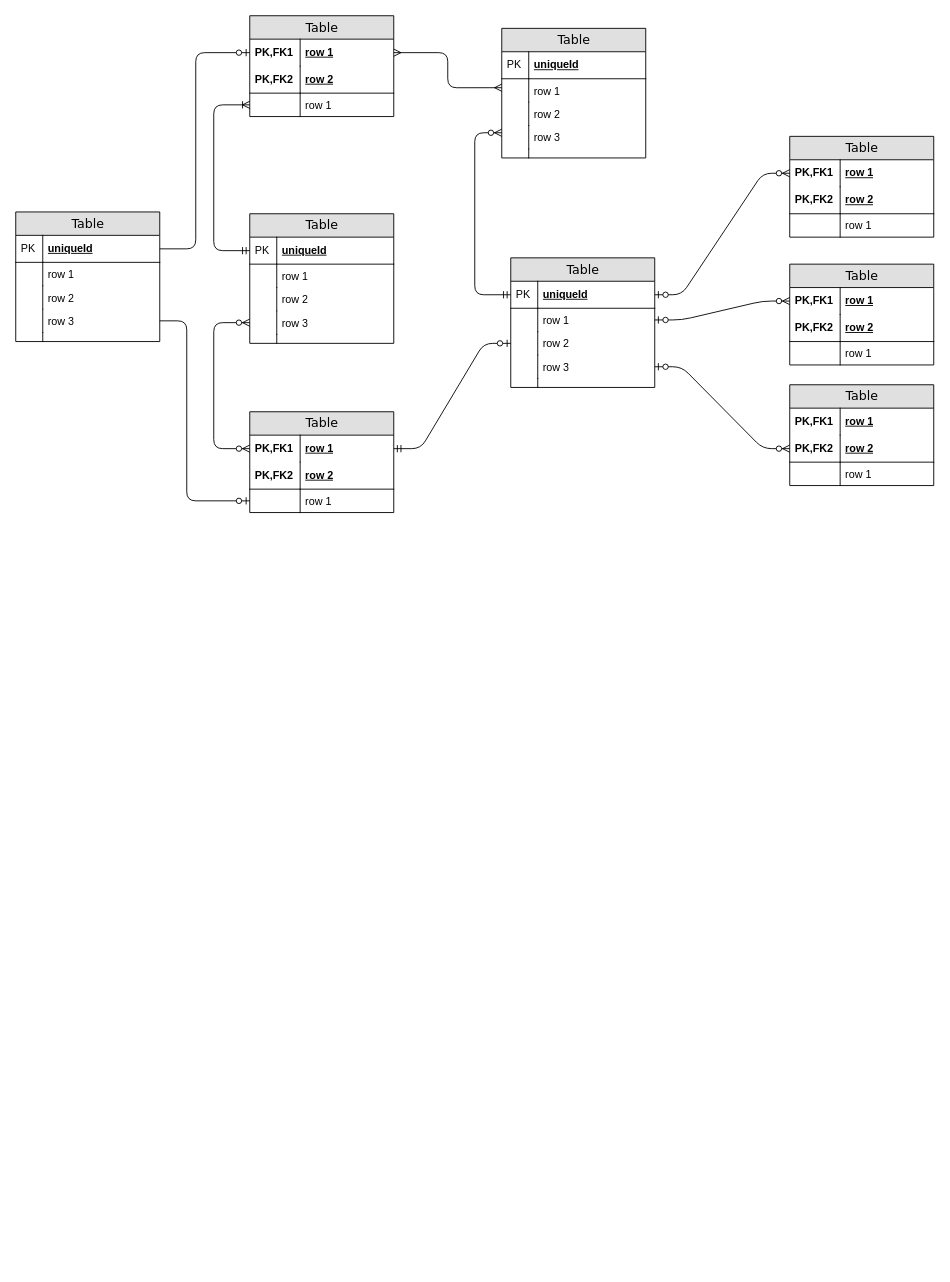
Earlier version of the draw.io diagram Untitled Diagram.drawio (RealWarm/Algorithm). Source tidied: cells renumbered, new cells numbered last; positions are measured from the earlier drawing's top-left corner, leaving out a move shared by most shapes. Both pictures are drawn from the tidied source at 90%, with x=0, y=0 at pixel (15, 15).
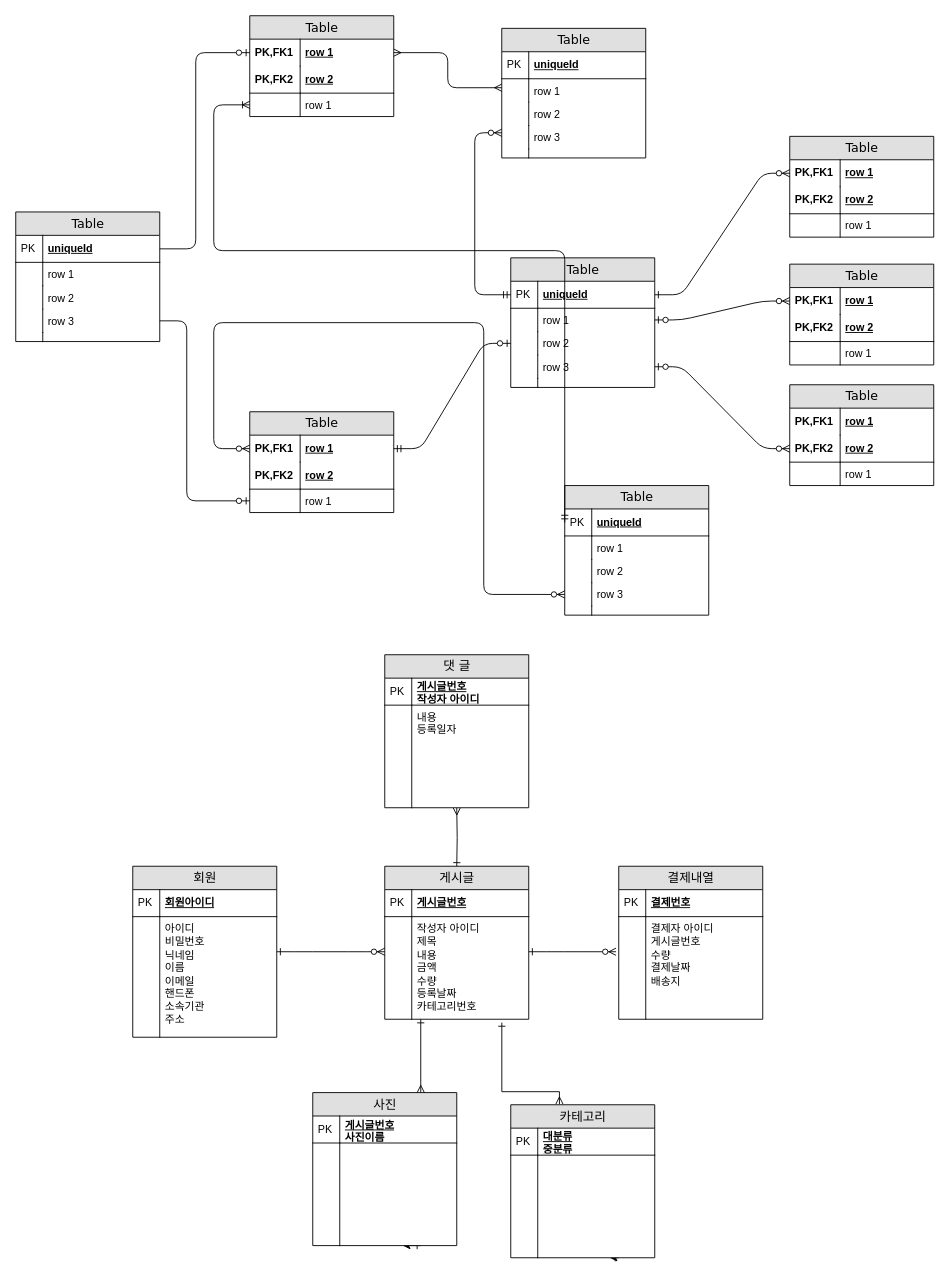
The same page after the edit.

The change refers to these unchanged cells:
```xml
<mxCell id="27" value="row 3" style="shape=partialRectangle;top=0;left=0;right=0;bottom=0;html=1;align=left;verticalAlign=top;fillColor=none;spacingLeft=34;spacingRight=4;whiteSpace=wrap;overflow=hidden;points=[[0,0.5],[1,0.5]];portConstraint=eastwest;" parent="20" vertex="1">
  <mxGeometry y="108" width="160" height="26" as="geometry" />
</mxCell>
<mxCell id="32" value="uniqueId" style="shape=partialRectangle;top=0;left=0;right=0;bottom=1;html=1;align=left;verticalAlign=middle;fillColor=none;spacingLeft=34;spacingRight=4;whiteSpace=wrap;overflow=hidden;points=[[0,0.5],[1,0.5]];portConstraint=eastwest;fontStyle=5;" parent="31" vertex="1">
  <mxGeometry y="26" width="160" height="30" as="geometry" />
</mxCell>
<mxCell id="43" value="row 1" style="shape=partialRectangle;top=0;left=0;right=0;bottom=0;html=1;align=left;verticalAlign=middle;fillColor=none;spacingLeft=60;spacingRight=4;whiteSpace=wrap;overflow=hidden;points=[[0,0.5],[1,0.5]];portConstraint=eastwest;fontStyle=5;" parent="42" vertex="1">
  <mxGeometry y="26" width="160" height="30" as="geometry" />
</mxCell>
<mxCell id="50" value="row 1" style="shape=partialRectangle;top=0;left=0;right=0;bottom=0;html=1;align=left;verticalAlign=middle;fillColor=none;spacingLeft=60;spacingRight=4;whiteSpace=wrap;overflow=hidden;points=[[0,0.5],[1,0.5]];portConstraint=eastwest;fontStyle=5;" parent="49" vertex="1">
  <mxGeometry y="26" width="160" height="30" as="geometry" />
</mxCell>
```

What changed in the source:
```diff
@@
     <mxCell id="20" value="Table" style="swimlane;html=1;fontStyle=0;horizontal=1;startSize=26;fillColor=#e0e0e0;swimlaneFillColor=#ffffff;align=center;rounded=0;shadow=0;comic=0;labelBackgroundColor=none;strokeWidth=1;fontFamily=Verdana;fontSize=14;" parent="1" vertex="1">
-      <mxGeometry x="260" y="220" width="160" height="144" as="geometry" />
+      <mxGeometry x="610" y="522" width="160" height="144" as="geometry" />
     </mxCell>
@@
     <mxCell id="57" style="edgeStyle=orthogonalEdgeStyle;html=1;endArrow=ERzeroToMany;endFill=1;startArrow=ERzeroToMany;labelBackgroundColor=none;fontFamily=Verdana;fontSize=14;entryX=0;entryY=0.5;exitX=0;exitY=0.5;" parent="1" edge="1" source="50" target="27">
       <mxGeometry relative="1" as="geometry">
         <Array as="points">
           <mxPoint x="220" y="481" />
           <mxPoint x="220" y="341" />
+          <mxPoint x="520" y="341" />
+          <mxPoint x="520" y="643" />
         </Array>
       </mxGeometry>
     </mxCell>
@@
-    <mxCell id="61" style="edgeStyle=entityRelationEdgeStyle;html=1;endArrow=ERzeroToMany;startArrow=ERzeroToOne;labelBackgroundColor=none;fontFamily=Verdana;fontSize=14;entryX=0;entryY=0.5;exitX=1;exitY=0.5;" parent="1" edge="1" source="32" target="43">
+    <mxCell id="61" style="edgeStyle=entityRelationEdgeStyle;html=1;endArrow=ERzeroToMany;startArrow=ERone;labelBackgroundColor=none;fontFamily=Verdana;fontSize=14;entryX=0;entryY=0.5;exitX=1;exitY=0.5;startFill=0;" parent="1" edge="1" source="32" target="43">
       <mxGeometry relative="1" as="geometry" />
     </mxCell>
@@
+    <mxCell id="91" value="회원" style="swimlane;html=1;fontStyle=0;horizontal=1;startSize=26;fillColor=#e0e0e0;swimlaneFillColor=#ffffff;align=center;rounded=0;shadow=0;comic=0;labelBackgroundColor=none;strokeWidth=1;fontFamily=Verdana;fontSize=14;" parent="1" vertex="1">
+      <mxGeometry x="130" y="945" width="160" height="190" as="geometry" />
+    </mxCell>
+    <mxCell id="92" value="회원아이디" style="shape=partialRectangle;top=0;left=0;right=0;bottom=1;html=1;align=left;verticalAlign=middle;fillColor=none;spacingLeft=34;spacingRight=4;whiteSpace=wrap;overflow=hidden;fontStyle=5;" parent="91" vertex="1">
+      <mxGeometry y="26" width="160" height="30" as="geometry" />
+    </mxCell>
+    <mxCell id="93" value="PK" style="shape=partialRectangle;top=0;left=0;bottom=0;html=1;fillColor=none;align=left;verticalAlign=middle;spacingLeft=4;spacingRight=4;whiteSpace=wrap;overflow=hidden;" parent="92" vertex="1">
+      <mxGeometry width="30" height="30" as="geometry" />
+    </mxCell>
+    <mxCell id="94" value="아이디&lt;br&gt;비밀번호&lt;br&gt;닉네임&lt;br&gt;이름&lt;br&gt;이메일&lt;br&gt;핸드폰&lt;br&gt;소속기관&lt;br&gt;주소" style="shape=partialRectangle;top=0;left=0;right=0;bottom=0;html=1;align=left;verticalAlign=top;fillColor=none;spacingLeft=34;spacingRight=4;whiteSpace=wrap;overflow=hidden;" parent="91" vertex="1">
+      <mxGeometry y="56" width="160" height="134" as="geometry" />
+    </mxCell>
+    <mxCell id="95" style="shape=partialRectangle;top=0;left=0;bottom=0;html=1;fillColor=none;align=left;verticalAlign=top;spacingLeft=4;spacingRight=4;whiteSpace=wrap;overflow=hidden;" parent="94" vertex="1">
+      <mxGeometry width="30" height="134" as="geometry" />
+    </mxCell>
+    <mxCell id="96" value="게시글" style="swimlane;html=1;fontStyle=0;horizontal=1;startSize=26;fillColor=#e0e0e0;swimlaneFillColor=#ffffff;align=center;rounded=0;shadow=0;comic=0;labelBackgroundColor=none;strokeWidth=1;fontFamily=Verdana;fontSize=14;" parent="1" vertex="1">
+      <mxGeometry x="410" y="945" width="160" height="170" as="geometry" />
+    </mxCell>
+    <mxCell id="97" value="게시글번호" style="shape=partialRectangle;top=0;left=0;right=0;bottom=1;html=1;align=left;verticalAlign=middle;fillColor=none;spacingLeft=34;spacingRight=4;whiteSpace=wrap;overflow=hidden;fontStyle=5;" parent="96" vertex="1">
+      <mxGeometry y="26" width="160" height="30" as="geometry" />
+    </mxCell>
+    <mxCell id="98" value="PK" style="shape=partialRectangle;top=0;left=0;bottom=0;html=1;fillColor=none;align=left;verticalAlign=middle;spacingLeft=4;spacingRight=4;whiteSpace=wrap;overflow=hidden;" parent="97" vertex="1">
+      <mxGeometry width="30" height="30" as="geometry" />
+    </mxCell>
+    <mxCell id="99" value="작성자 아이디&lt;br&gt;제목&lt;br&gt;내용&lt;br&gt;금액&lt;br&gt;수량&lt;br&gt;등록날짜&lt;br&gt;카테고리번호" style="shape=partialRectangle;top=0;left=0;right=0;bottom=0;html=1;align=left;verticalAlign=top;fillColor=none;spacingLeft=34;spacingRight=4;whiteSpace=wrap;overflow=hidden;points=[[0,0.5],[1,0.5]];portConstraint=eastwest;" parent="96" vertex="1">
+      <mxGeometry y="56" width="160" height="114" as="geometry" />
+    </mxCell>
+    <mxCell id="100" style="shape=partialRectangle;top=0;left=0;bottom=0;html=1;fillColor=none;align=left;verticalAlign=top;spacingLeft=4;spacingRight=4;whiteSpace=wrap;overflow=hidden;" parent="99" vertex="1">
+      <mxGeometry width="30" height="114" as="geometry" />
+    </mxCell>
+    <mxCell id="101" style="edgeStyle=entityRelationEdgeStyle;html=1;endArrow=ERzeroToMany;startArrow=ERone;labelBackgroundColor=none;fontFamily=Verdana;fontSize=14;entryX=0;entryY=0.342;exitX=1;exitY=0.5;startFill=0;entryDx=0;entryDy=0;entryPerimeter=0;" parent="1" edge="1" target="99">
+      <mxGeometry relative="1" as="geometry">
+        <mxPoint x="290" y="1040" as="sourcePoint" />
+      </mxGeometry>
+    </mxCell>
+    <mxCell id="102" value="결제내열" style="swimlane;html=1;fontStyle=0;horizontal=1;startSize=26;fillColor=#e0e0e0;swimlaneFillColor=#ffffff;align=center;rounded=0;shadow=0;comic=0;labelBackgroundColor=none;strokeWidth=1;fontFamily=Verdana;fontSize=14;" parent="1" vertex="1">
+      <mxGeometry x="670" y="945" width="160" height="170" as="geometry" />
+    </mxCell>
+    <mxCell id="103" value="결제번호" style="shape=partialRectangle;top=0;left=0;right=0;bottom=1;html=1;align=left;verticalAlign=middle;fillColor=none;spacingLeft=34;spacingRight=4;whiteSpace=wrap;overflow=hidden;fontStyle=5;" parent="102" vertex="1">
+      <mxGeometry y="26" width="160" height="30" as="geometry" />
+    </mxCell>
+    <mxCell id="104" value="PK" style="shape=partialRectangle;top=0;left=0;bottom=0;html=1;fillColor=none;align=left;verticalAlign=middle;spacingLeft=4;spacingRight=4;whiteSpace=wrap;overflow=hidden;" parent="103" vertex="1">
+      <mxGeometry width="30" height="30" as="geometry" />
+    </mxCell>
+    <mxCell id="105" value="결제자 아이디&lt;br&gt;게시글번호&lt;br&gt;수량&lt;br&gt;결제날짜&lt;br&gt;배송지&lt;br&gt;" style="shape=partialRectangle;top=0;left=0;right=0;bottom=0;html=1;align=left;verticalAlign=top;fillColor=none;spacingLeft=34;spacingRight=4;whiteSpace=wrap;overflow=hidden;" parent="102" vertex="1">
+      <mxGeometry y="56" width="160" height="114" as="geometry" />
+    </mxCell>
+    <mxCell id="106" style="shape=partialRectangle;top=0;left=0;bottom=0;html=1;fillColor=none;align=left;verticalAlign=top;spacingLeft=4;spacingRight=4;whiteSpace=wrap;overflow=hidden;" parent="105" vertex="1">
+      <mxGeometry width="30" height="114" as="geometry" />
+    </mxCell>
+    <mxCell id="107" style="edgeStyle=entityRelationEdgeStyle;html=1;endArrow=ERzeroToMany;startArrow=ERone;labelBackgroundColor=none;fontFamily=Verdana;fontSize=14;exitX=1;exitY=0.5;startFill=0;" parent="1" edge="1">
+      <mxGeometry relative="1" as="geometry">
+        <mxPoint x="570" y="1040" as="sourcePoint" />
+        <mxPoint x="667" y="1040" as="targetPoint" />
+      </mxGeometry>
+    </mxCell>
+    <mxCell id="108" style="edgeStyle=orthogonalEdgeStyle;rounded=0;jettySize=auto;html=1;startArrow=ERmany;startFill=0;entryX=0.5;entryY=0;entryDx=0;entryDy=0;endArrow=ERone;endFill=0;" parent="1" edge="1" target="96">
+      <mxGeometry relative="1" as="geometry">
+        <mxPoint x="490" y="880" as="sourcePoint" />
+      </mxGeometry>
+    </mxCell>
+    <mxCell id="109" value="댓 글" style="swimlane;html=1;fontStyle=0;horizontal=1;startSize=26;fillColor=#e0e0e0;swimlaneFillColor=#ffffff;align=center;rounded=0;shadow=0;comic=0;labelBackgroundColor=none;strokeWidth=1;fontFamily=Verdana;fontSize=14;" parent="1" vertex="1">
+      <mxGeometry x="410" y="710" width="160" height="170" as="geometry" />
+    </mxCell>
+    <mxCell id="110" value="게시글번호&lt;br&gt;작성자 아이디" style="shape=partialRectangle;top=0;left=0;right=0;bottom=1;html=1;align=left;verticalAlign=middle;fillColor=none;spacingLeft=34;spacingRight=4;whiteSpace=wrap;overflow=hidden;fontStyle=5;" parent="109" vertex="1">
+      <mxGeometry y="26" width="160" height="30" as="geometry" />
+    </mxCell>
+    <mxCell id="111" value="PK" style="shape=partialRectangle;top=0;left=0;bottom=0;html=1;fillColor=none;align=left;verticalAlign=middle;spacingLeft=4;spacingRight=4;whiteSpace=wrap;overflow=hidden;" parent="110" vertex="1">
+      <mxGeometry width="30" height="30" as="geometry" />
+    </mxCell>
+    <mxCell id="112" value="내용 &lt;br&gt;등록일자" style="shape=partialRectangle;top=0;left=0;right=0;bottom=0;html=1;align=left;verticalAlign=top;fillColor=none;spacingLeft=34;spacingRight=4;whiteSpace=wrap;overflow=hidden;" parent="109" vertex="1">
+      <mxGeometry y="56" width="160" height="114" as="geometry" />
+    </mxCell>
+    <mxCell id="113" style="shape=partialRectangle;top=0;left=0;bottom=0;html=1;fillColor=none;align=left;verticalAlign=top;spacingLeft=4;spacingRight=4;whiteSpace=wrap;overflow=hidden;" parent="112" vertex="1">
+      <mxGeometry width="30" height="114" as="geometry" />
+    </mxCell>
+    <mxCell id="114" style="edgeStyle=orthogonalEdgeStyle;rounded=0;jettySize=auto;html=1;exitX=0.75;exitY=1;exitDx=0;exitDy=0;startArrow=ERone;startFill=0;" parent="1" edge="1" source="115">
+      <mxGeometry relative="1" as="geometry">
+        <mxPoint x="430" y="1366.5" as="targetPoint" />
+      </mxGeometry>
+    </mxCell>
+    <mxCell id="115" value="사진" style="swimlane;html=1;fontStyle=0;horizontal=1;startSize=26;fillColor=#e0e0e0;swimlaneFillColor=#ffffff;align=center;rounded=0;shadow=0;comic=0;labelBackgroundColor=none;strokeWidth=1;fontFamily=Verdana;fontSize=14;" parent="1" vertex="1">
+      <mxGeometry x="330" y="1196.5" width="160" height="170" as="geometry" />
+    </mxCell>
+    <mxCell id="116" value="게시글번호&lt;br&gt;사진이름" style="shape=partialRectangle;top=0;left=0;right=0;bottom=1;html=1;align=left;verticalAlign=middle;fillColor=none;spacingLeft=34;spacingRight=4;whiteSpace=wrap;overflow=hidden;fontStyle=5;" parent="115" vertex="1">
+      <mxGeometry y="26" width="160" height="30" as="geometry" />
+    </mxCell>
+    <mxCell id="117" value="PK" style="shape=partialRectangle;top=0;left=0;bottom=0;html=1;fillColor=none;align=left;verticalAlign=middle;spacingLeft=4;spacingRight=4;whiteSpace=wrap;overflow=hidden;" parent="116" vertex="1">
+      <mxGeometry width="30" height="30" as="geometry" />
+    </mxCell>
+    <mxCell id="118" style="shape=partialRectangle;top=0;left=0;right=0;bottom=0;html=1;align=left;verticalAlign=top;fillColor=none;spacingLeft=34;spacingRight=4;whiteSpace=wrap;overflow=hidden;" parent="115" vertex="1">
+      <mxGeometry y="56" width="160" height="114" as="geometry" />
+    </mxCell>
+    <mxCell id="119" style="shape=partialRectangle;top=0;left=0;bottom=0;html=1;fillColor=none;align=left;verticalAlign=top;spacingLeft=4;spacingRight=4;whiteSpace=wrap;overflow=hidden;" parent="118" vertex="1">
+      <mxGeometry width="30" height="114" as="geometry" />
+    </mxCell>
+    <mxCell id="120" style="edgeStyle=orthogonalEdgeStyle;rounded=0;jettySize=auto;html=1;exitX=0.75;exitY=1;exitDx=0;exitDy=0;startArrow=ERone;startFill=0;" parent="1" edge="1" source="121">
+      <mxGeometry relative="1" as="geometry">
+        <mxPoint x="660" y="1380" as="targetPoint" />
+      </mxGeometry>
+    </mxCell>
+    <mxCell id="121" value="카테고리" style="swimlane;html=1;fontStyle=0;horizontal=1;startSize=26;fillColor=#e0e0e0;swimlaneFillColor=#ffffff;align=center;rounded=0;shadow=0;comic=0;labelBackgroundColor=none;strokeWidth=1;fontFamily=Verdana;fontSize=14;" parent="1" vertex="1">
+      <mxGeometry x="550" y="1210" width="160" height="170" as="geometry" />
+    </mxCell>
+    <mxCell id="122" value="대분류&lt;br&gt;중분류" style="shape=partialRectangle;top=0;left=0;right=0;bottom=1;html=1;align=left;verticalAlign=middle;fillColor=none;spacingLeft=34;spacingRight=4;whiteSpace=wrap;overflow=hidden;fontStyle=5;" parent="121" vertex="1">
+      <mxGeometry y="26" width="160" height="30" as="geometry" />
+    </mxCell>
+    <mxCell id="123" value="PK" style="shape=partialRectangle;top=0;left=0;bottom=0;html=1;fillColor=none;align=left;verticalAlign=middle;spacingLeft=4;spacingRight=4;whiteSpace=wrap;overflow=hidden;" parent="122" vertex="1">
+      <mxGeometry width="30" height="30" as="geometry" />
+    </mxCell>
+    <mxCell id="124" style="shape=partialRectangle;top=0;left=0;right=0;bottom=0;html=1;align=left;verticalAlign=top;fillColor=none;spacingLeft=34;spacingRight=4;whiteSpace=wrap;overflow=hidden;" parent="1" vertex="1">
+      <mxGeometry x="550" y="1266" width="160" height="114" as="geometry" />
+    </mxCell>
+    <mxCell id="125" style="shape=partialRectangle;top=0;left=0;bottom=0;html=1;fillColor=none;align=left;verticalAlign=top;spacingLeft=4;spacingRight=4;whiteSpace=wrap;overflow=hidden;" parent="124" vertex="1">
+      <mxGeometry width="30" height="114" as="geometry" />
+    </mxCell>
+    <mxCell id="126" style="edgeStyle=orthogonalEdgeStyle;rounded=0;jettySize=auto;html=1;startArrow=ERone;startFill=0;entryX=0.75;entryY=0;entryDx=0;entryDy=0;endArrow=ERmany;endFill=0;" parent="1" edge="1" target="115">
+      <mxGeometry relative="1" as="geometry">
+        <mxPoint x="450" y="1115" as="sourcePoint" />
+        <Array as="points">
+          <mxPoint x="450" y="1190" />
+          <mxPoint x="450" y="1190" />
+        </Array>
+      </mxGeometry>
+    </mxCell>
+    <mxCell id="127" style="edgeStyle=orthogonalEdgeStyle;rounded=0;jettySize=auto;html=1;startArrow=ERone;startFill=0;endArrow=ERmany;endFill=0;entryX=0.338;entryY=-0.004;entryDx=0;entryDy=0;entryPerimeter=0;exitX=0.813;exitY=1.033;exitDx=0;exitDy=0;exitPerimeter=0;" parent="1" edge="1" source="99" target="121">
+      <mxGeometry relative="1" as="geometry">
+        <Array as="points">
+          <mxPoint x="540" y="1195.5" />
+        </Array>
+      </mxGeometry>
+    </mxCell>
```
